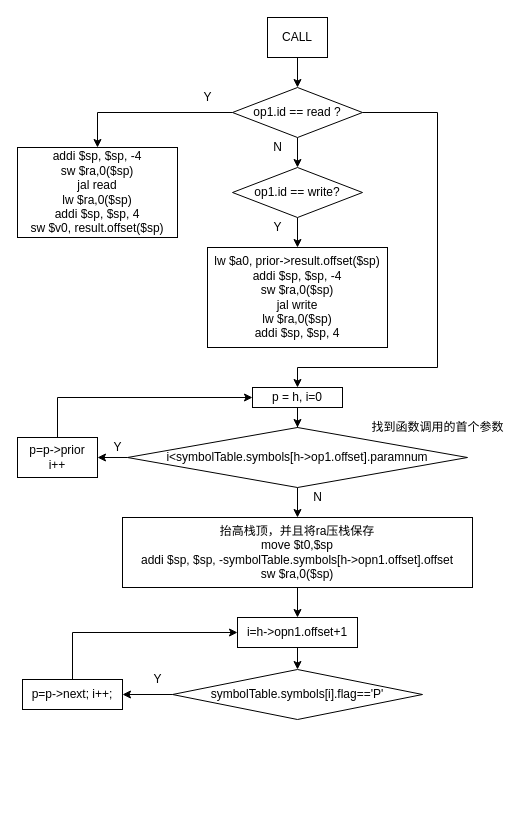
Above: 编译原理/目标代码生成.drawio in AgentGuo/flow_chart (draw.io), before the change. Source tidied: cells renumbered, new cells numbered last; positions are measured from the earlier drawing's top-left corner, leaving out a move shared by most shapes. Both pictures are drawn from the tidied source at 100%, with x=0, y=0 at pixel (17, 17).
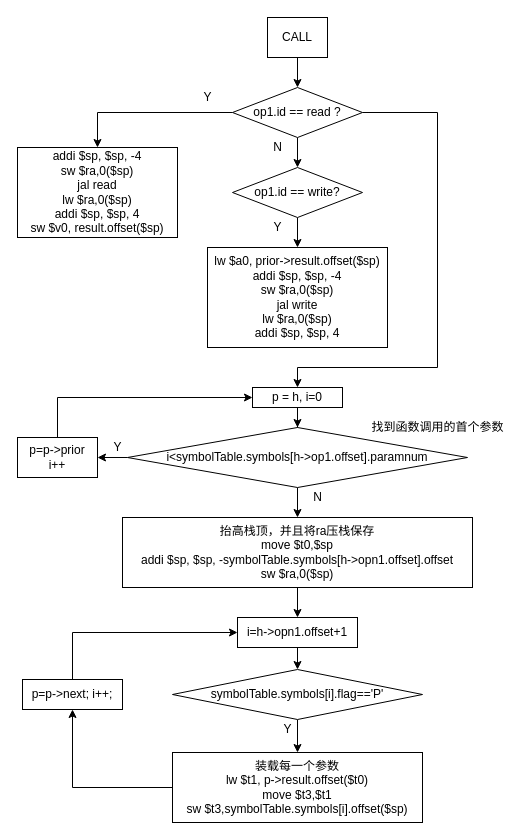
After the change.

Commit message (it also covers changes not shown here):
更新目标代码生成.drawio

Unchanged cells that the change refers to:
```xml
<mxCell id="29" value="symbolTable.symbols[i].flag=='P'" style="rhombus;whiteSpace=wrap;fontFamily=Helvetica;fontSize=12;" parent="1" vertex="1">
  <mxGeometry x="155" y="652" width="250" height="50" as="geometry" />
</mxCell>
<mxCell id="32" value="p=p-&amp;gt;next; i++;" style="whiteSpace=wrap;fontFamily=Helvetica;fontSize=12;html=1;" parent="1" vertex="1">
  <mxGeometry x="5" y="662" width="100" height="30" as="geometry" />
</mxCell>
```

Change to the diagram source:
```diff
@@
-    <mxCell id="28" style="edgeStyle=orthogonalEdgeStyle;rounded=0;jettySize=auto;html=1;entryX=1;entryY=0.5;entryDx=0;entryDy=0;fontFamily=Helvetica;fontSize=12;" parent="1" edge="1" source="29" target="32">
-      <mxGeometry relative="1" as="geometry" />
-    </mxCell>
+    <mxCell id="34" style="edgeStyle=orthogonalEdgeStyle;rounded=0;jettySize=auto;html=1;entryX=0.5;entryY=0;entryDx=0;entryDy=0;fontFamily=Helvetica;fontSize=12;" parent="1" edge="1" source="29" target="36">
+      <mxGeometry relative="1" as="geometry" />
+    </mxCell>
@@
     <mxCell id="33" value="Y" style="text;html=1;align=center;verticalAlign=middle;fontSize=12;fontFamily=Helvetica;" parent="1" vertex="1">
-      <mxGeometry x="130" y="652" width="20" height="20" as="geometry" />
+      <mxGeometry x="260" y="702" width="20" height="20" as="geometry" />
     </mxCell>
+    <mxCell id="35" style="edgeStyle=orthogonalEdgeStyle;rounded=0;jettySize=auto;html=1;fontFamily=Helvetica;fontSize=12;" parent="1" edge="1" source="36" target="32">
+      <mxGeometry relative="1" as="geometry" />
+    </mxCell>
+    <mxCell id="36" value="装载每一个参数&lt;br&gt;lw&amp;nbsp;$t1,&amp;nbsp;p-&amp;gt;result.offset($t0)&lt;br&gt;move&amp;nbsp;$t3,$t1&lt;br&gt;sw&amp;nbsp;$t3,symbolTable.symbols[i].offset($sp)" style="whiteSpace=wrap;fontFamily=Helvetica;fontSize=12;html=1;" parent="1" vertex="1">
+      <mxGeometry x="155" y="735" width="250" height="70" as="geometry" />
+    </mxCell>
```
